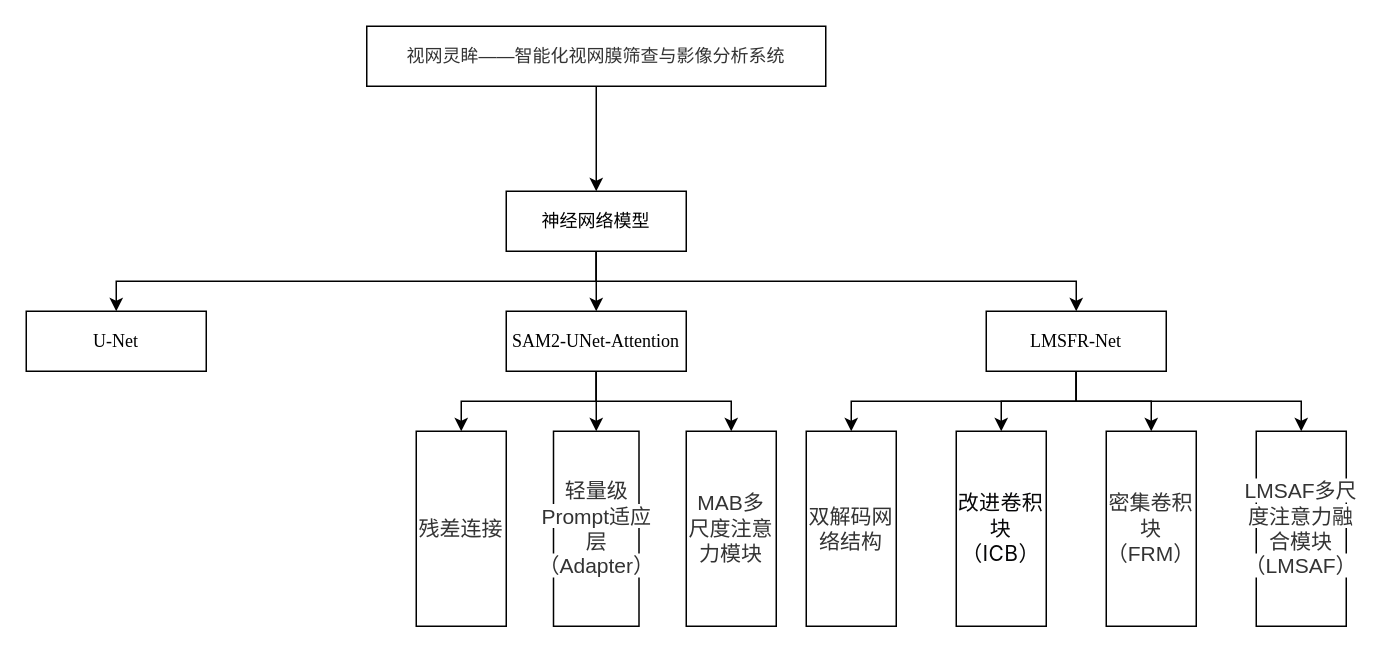
This is 神经网络架构图.drawio from 2039551625/deep_learning, a draw.io file, before an edit. Source tidied: cells renumbered, new cells numbered last; positions are measured from the earlier drawing's top-left corner, leaving out a move shared by most shapes. Both pictures are drawn from the tidied source at 150%, with x=0, y=0 at pixel (26, 26).
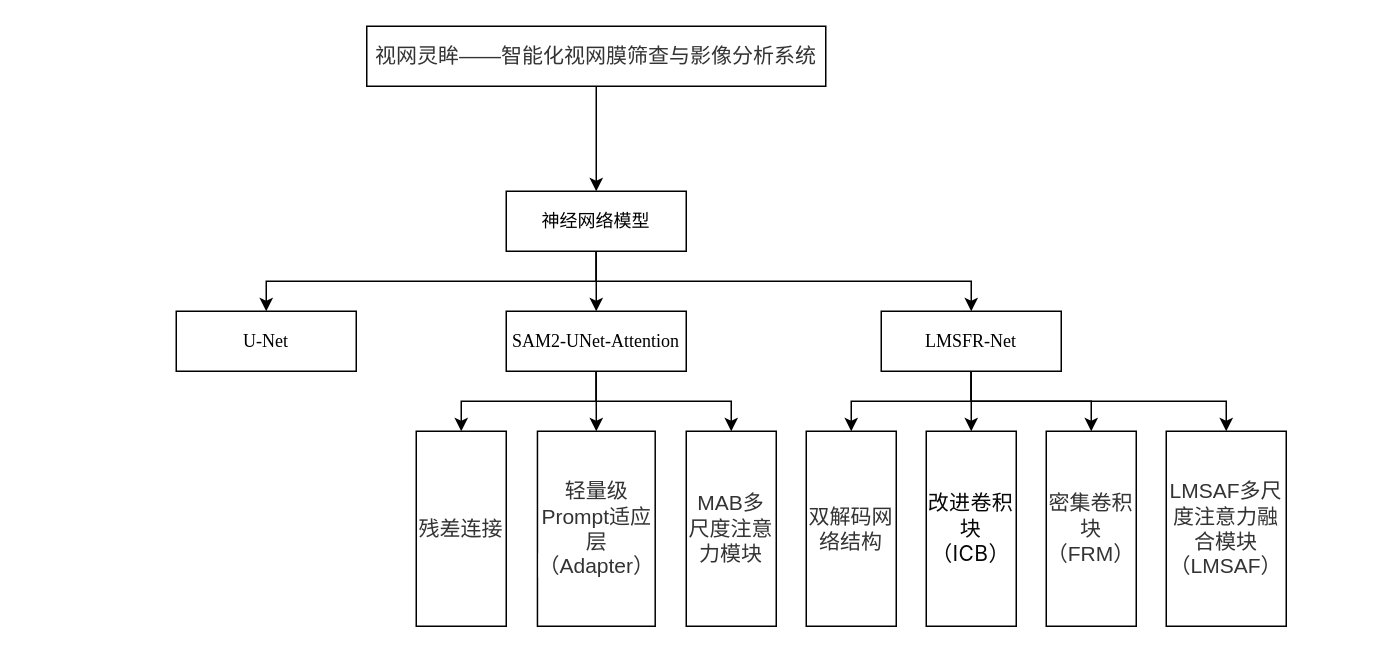
The same diagram, later.

Commit message:
更新神经网络架构图.drawio

Change to the diagram source:
```diff
@@
-    <mxCell id="3" value="&lt;p class=&quot;MsoNormal&quot;&gt;&lt;span style=&quot;font-family: 宋体; color: rgb(51, 51, 51);&quot;&gt;&lt;font&gt;&lt;font style=&quot;&quot; face=&quot;宋体&quot;&gt;视网灵眸&lt;/font&gt;&lt;font style=&quot;&quot; face=&quot;宋体&quot;&gt;——智能化视网膜筛查与影像分析系统&lt;/font&gt;&lt;/font&gt;&lt;/span&gt;&lt;/p&gt;" style="rounded=0;whiteSpace=wrap;html=1;labelBackgroundColor=none;" parent="1" vertex="1">
+    <mxCell id="3" value="&lt;p class=&quot;MsoNormal&quot;&gt;&lt;span style=&quot;font-family: 宋体; color: rgb(51, 51, 51);&quot;&gt;&lt;font style=&quot;font-size: 14px;&quot;&gt;&lt;font style=&quot;&quot; face=&quot;宋体&quot;&gt;视网灵眸&lt;/font&gt;&lt;font style=&quot;&quot; face=&quot;宋体&quot;&gt;——智能化视网膜筛查与影像分析系统&lt;/font&gt;&lt;/font&gt;&lt;/span&gt;&lt;/p&gt;" style="rounded=0;whiteSpace=wrap;html=1;labelBackgroundColor=none;" parent="1" vertex="1">
       <mxGeometry x="227" width="306" height="40" as="geometry" />
     </mxCell>
@@
     <mxCell id="8" value="U-Net" style="rounded=0;whiteSpace=wrap;html=1;fontFamily=Times New Roman;labelBackgroundColor=none;" parent="1" vertex="1">
-      <mxGeometry y="190" width="120" height="40" as="geometry" />
+      <mxGeometry x="100" y="190" width="120" height="40" as="geometry" />
     </mxCell>
@@
     <mxCell id="17" value="&lt;p class=&quot;MsoNormal&quot;&gt;&lt;font&gt;LM&lt;font style=&quot;&quot;&gt;S&lt;/font&gt;FR-Net&lt;/font&gt;&lt;/p&gt;" style="rounded=0;whiteSpace=wrap;html=1;fontFamily=Times New Roman;labelBackgroundColor=none;" parent="1" vertex="1">
-      <mxGeometry x="640" y="190" width="120" height="40" as="geometry" />
+      <mxGeometry x="570" y="190" width="120" height="40" as="geometry" />
     </mxCell>
@@
     <mxCell id="19" value="&lt;span style=&quot;color: rgb(51, 51, 51); font-family: 宋体; font-size: 14px; text-align: start; white-space-collapse: preserve; background-color: rgb(255, 255, 255);&quot;&gt;轻量级Prompt适应层（Adapter）&lt;/span&gt;" style="rounded=0;whiteSpace=wrap;html=1;" parent="1" vertex="1">
-      <mxGeometry x="351.5" y="270" width="57" height="130" as="geometry" />
+      <mxGeometry x="340.8" y="270" width="78.5" height="130" as="geometry" />
     </mxCell>
@@
     <mxCell id="21" value="&lt;span style=&quot;color: rgb(51, 51, 51); font-family: 宋体; font-size: 14px; text-align: start; white-space-collapse: preserve; background-color: rgb(255, 255, 255);&quot;&gt;密集卷积块（FRM）&lt;/span&gt;" style="rounded=0;whiteSpace=wrap;html=1;" parent="1" vertex="1">
-      <mxGeometry x="720" y="270" width="60" height="130" as="geometry" />
+      <mxGeometry x="680" y="270" width="60" height="130" as="geometry" />
     </mxCell>
     <mxCell id="22" value="&lt;span style=&quot;color: rgb(51, 51, 51); font-family: 宋体; font-size: 14px; text-align: start; white-space-collapse: preserve; background-color: rgb(255, 255, 255);&quot;&gt;LMSAF多尺度注意力融合模块（LMSAF）&lt;/span&gt;" style="rounded=0;whiteSpace=wrap;html=1;" parent="1" vertex="1">
-      <mxGeometry x="820" y="270" width="60" height="130" as="geometry" />
+      <mxGeometry x="760" y="270" width="80" height="130" as="geometry" />
     </mxCell>
@@
     <mxCell id="24" value="&lt;span style=&quot;color: rgb(6, 6, 7); font-family: -apple-system, BlinkMacSystemFont, &amp;quot;Helvetica Neue&amp;quot;, Helvetica, &amp;quot;Segoe UI&amp;quot;, Arial, Roboto, &amp;quot;PingFang SC&amp;quot;, MIUI, &amp;quot;Hiragino Sans GB&amp;quot;, &amp;quot;Microsoft YaHei&amp;quot;, sans-serif; font-size: 14px; letter-spacing: 0.25px; text-align: start; white-space-collapse: preserve; background-color: rgb(255, 255, 255);&quot;&gt;改进卷积块（ICB）&lt;/span&gt;" style="rounded=0;whiteSpace=wrap;html=1;" parent="1" vertex="1">
-      <mxGeometry x="620" y="270" width="60" height="130" as="geometry" />
+      <mxGeometry x="600" y="270" width="60" height="130" as="geometry" />
     </mxCell>
```
